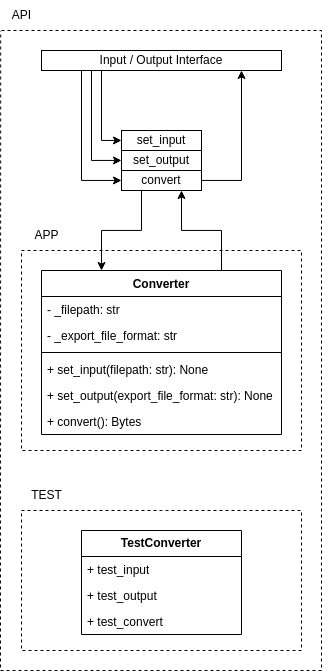
This is _readme/Diagram-API_TEST.drawio.png from ames0k0/TP--Audio-File-Converter, a draw.io export, as it was before one commit. Source tidied: cells renumbered, new cells last; positions are measured from the earlier drawing's top-left corner, leaving out a move shared by most shapes.
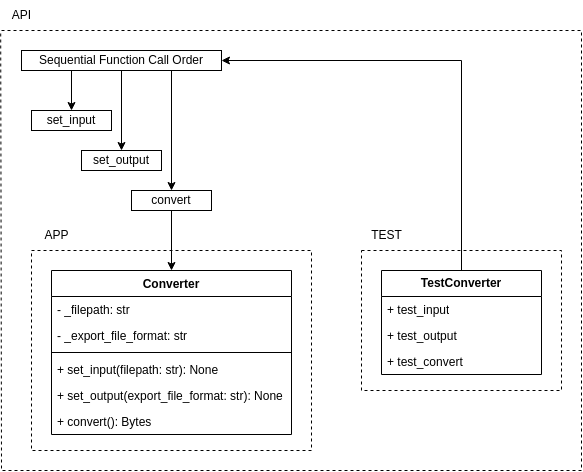
The same file after the commit.

Change to the diagram source:
```diff
@@ -4,77 +4,57 @@
     <mxCell id="1" parent="0" />
     <mxCell id="2" style="endArrow=none;dashed=1;html=1;rounded=0;entryX=-0.02;entryY=1.013;entryDx=0;entryDy=0;entryPerimeter=0;" parent="1" edge="1" target="3">
       <mxGeometry relative="1" as="geometry">
-        <mxPoint x="1" y="30" as="sourcePoint" />
+        <mxPoint x="-119" y="30" as="sourcePoint" />
         <Array as="points">
-          <mxPoint x="321" y="30" />
-          <mxPoint x="321" y="670" />
-          <mxPoint y="670" />
+          <mxPoint x="461" y="30" />
+          <mxPoint x="461" y="350" />
+          <mxPoint x="461" y="470" />
+          <mxPoint x="161" y="470" />
+          <mxPoint x="-119" y="470" />
         </Array>
       </mxGeometry>
     </mxCell>
     <mxCell id="3" value="API" style="text;html=1;align=center;verticalAlign=middle;points=[];strokeColor=none;fillColor=none;" parent="1" vertex="1">
-      <mxGeometry x="1" width="40" height="30" as="geometry" />
+      <mxGeometry x="-119" width="40" height="30" as="geometry" />
     </mxCell>
-    <mxCell id="4" style="edgeStyle=orthogonalEdgeStyle;rounded=0;jettySize=auto;html=1;exitX=0.25;exitY=1;exitDx=0;exitDy=0;entryX=0.25;entryY=0;entryDx=0;entryDy=0;" parent="1" edge="1" source="6" target="15">
+    <mxCell id="4" style="edgeStyle=orthogonalEdgeStyle;rounded=0;jettySize=auto;html=1;" parent="1" edge="1" source="6" target="15">
       <mxGeometry relative="1" as="geometry" />
     </mxCell>
-    <mxCell id="5" style="edgeStyle=orthogonalEdgeStyle;rounded=0;jettySize=auto;html=1;" parent="1" edge="1" source="6" target="10">
-      <mxGeometry relative="1" as="geometry">
-        <Array as="points">
-          <mxPoint x="241" y="180" />
-        </Array>
-      </mxGeometry>
-    </mxCell>
     <mxCell id="6" value="convert" style="whiteSpace=wrap;html=1;" parent="1" vertex="1">
-      <mxGeometry x="121" y="170" width="80" height="20" as="geometry" />
+      <mxGeometry x="11" y="190" width="80" height="20" as="geometry" />
     </mxCell>
-    <mxCell id="7" style="edgeStyle=orthogonalEdgeStyle;rounded=0;jettySize=auto;html=1;" parent="1" edge="1" source="10" target="11">
-      <mxGeometry relative="1" as="geometry">
-        <Array as="points">
-          <mxPoint x="101" y="140" />
-        </Array>
-      </mxGeometry>
+    <mxCell id="7" style="edgeStyle=orthogonalEdgeStyle;rounded=0;jettySize=auto;html=1;exitX=0.25;exitY=1;exitDx=0;exitDy=0;" parent="1" edge="1" source="10" target="11">
+      <mxGeometry relative="1" as="geometry" />
     </mxCell>
-    <mxCell id="8" style="edgeStyle=orthogonalEdgeStyle;rounded=0;jettySize=auto;html=1;" parent="1" edge="1" source="10" target="22">
-      <mxGeometry relative="1" as="geometry">
-        <Array as="points">
-          <mxPoint x="91" y="160" />
-        </Array>
-      </mxGeometry>
+    <mxCell id="8" style="edgeStyle=orthogonalEdgeStyle;rounded=0;jettySize=auto;html=1;entryX=0.5;entryY=0;entryDx=0;entryDy=0;" parent="1" edge="1" source="10" target="22">
+      <mxGeometry relative="1" as="geometry" />
     </mxCell>
-    <mxCell id="9" style="edgeStyle=orthogonalEdgeStyle;rounded=0;jettySize=auto;html=1;" parent="1" edge="1" source="10" target="6">
-      <mxGeometry relative="1" as="geometry">
-        <Array as="points">
-          <mxPoint x="81" y="180" />
-        </Array>
-      </mxGeometry>
+    <mxCell id="9" style="edgeStyle=orthogonalEdgeStyle;rounded=0;jettySize=auto;html=1;exitX=0.75;exitY=1;exitDx=0;exitDy=0;entryX=0.5;entryY=0;entryDx=0;entryDy=0;" parent="1" edge="1" source="10" target="6">
+      <mxGeometry relative="1" as="geometry" />
     </mxCell>
-    <mxCell id="10" value="Input / Output&amp;nbsp;&lt;span style=&quot;background-color: transparent; color: light-dark(rgb(0, 0, 0), rgb(255, 255, 255));&quot;&gt;Interface&lt;/span&gt;" style="whiteSpace=wrap;html=1;" parent="1" vertex="1">
-      <mxGeometry x="41" y="50" width="240" height="20" as="geometry" />
+    <mxCell id="10" value="Sequential Function Call Order" style="whiteSpace=wrap;html=1;" parent="1" vertex="1">
+      <mxGeometry x="-99" y="50" width="200" height="20" as="geometry" />
     </mxCell>
     <mxCell id="11" value="set_input" style="whiteSpace=wrap;html=1;" parent="1" vertex="1">
-      <mxGeometry x="121" y="130" width="80" height="20" as="geometry" />
+      <mxGeometry x="-89" y="110" width="80" height="20" as="geometry" />
     </mxCell>
     <mxCell id="12" style="endArrow=none;dashed=1;html=1;rounded=0;" parent="1" edge="1">
       <mxGeometry relative="1" as="geometry">
-        <mxPoint x="21" y="250" as="sourcePoint" />
-        <mxPoint x="21" y="250" as="targetPoint" />
+        <mxPoint x="-89" y="250" as="sourcePoint" />
+        <mxPoint x="-89" y="250" as="targetPoint" />
         <Array as="points">
-          <mxPoint x="161" y="250" />
-          <mxPoint x="301" y="250" />
-          <mxPoint x="301" y="450" />
-          <mxPoint x="21" y="450" />
+          <mxPoint x="51" y="250" />
+          <mxPoint x="191" y="250" />
+          <mxPoint x="191" y="450" />
+          <mxPoint x="-89" y="450" />
         </Array>
       </mxGeometry>
     </mxCell>
     <mxCell id="13" value="APP" style="text;html=1;align=center;verticalAlign=middle;strokeColor=none;fillColor=none;" parent="1" vertex="1">
-      <mxGeometry x="21" y="220" width="50" height="30" as="geometry" />
+      <mxGeometry x="-89" y="220" width="50" height="30" as="geometry" />
     </mxCell>
-    <mxCell id="14" style="edgeStyle=orthogonalEdgeStyle;rounded=0;jettySize=auto;html=1;exitX=0.75;exitY=0;exitDx=0;exitDy=0;entryX=0.75;entryY=1;entryDx=0;entryDy=0;" parent="1" edge="1" source="15" target="6">
-      <mxGeometry relative="1" as="geometry" />
-    </mxCell>
     <mxCell id="15" value="Converter" style="swimlane;fontStyle=1;align=center;verticalAlign=top;horizontal=1;startSize=26;whiteSpace=wrap;html=1;" parent="1" vertex="1">
-      <mxGeometry x="41" y="270" width="240" height="164" as="geometry" />
+      <mxGeometry x="-69" y="270" width="240" height="164" as="geometry" />
     </mxCell>
     <mxCell id="16" value="- _filepath: str" style="text;strokeColor=none;fillColor=none;align=left;verticalAlign=top;spacingLeft=4;spacingRight=4;overflow=hidden;whiteSpace=wrap;html=1;" parent="15" vertex="1">
       <mxGeometry y="26" width="240" height="26" as="geometry" />
@@ -95,22 +75,29 @@
       <mxGeometry y="138" width="240" height="26" as="geometry" />
     </mxCell>
     <mxCell id="22" value="set_output" style="whiteSpace=wrap;html=1;" parent="1" vertex="1">
-      <mxGeometry x="121" y="150" width="80" height="20" as="geometry" />
+      <mxGeometry x="-39" y="150" width="80" height="20" as="geometry" />
     </mxCell>
     <mxCell id="23" style="endArrow=none;dashed=1;html=1;rounded=0;" parent="1" edge="1">
       <mxGeometry relative="1" as="geometry">
-        <mxPoint x="21" y="510" as="sourcePoint" />
-        <mxPoint x="21" y="510" as="targetPoint" />
+        <mxPoint x="241" y="250" as="sourcePoint" />
+        <mxPoint x="241" y="250" as="targetPoint" />
         <Array as="points">
-          <mxPoint x="161" y="510" />
-          <mxPoint x="301" y="510" />
-          <mxPoint x="301" y="650" />
-          <mxPoint x="21" y="650" />
+          <mxPoint x="341" y="250" />
+          <mxPoint x="441" y="250" />
+          <mxPoint x="441" y="390" />
+          <mxPoint x="241" y="390" />
         </Array>
       </mxGeometry>
     </mxCell>
+    <mxCell id="29" style="edgeStyle=orthogonalEdgeStyle;rounded=0;jettySize=auto;html=1;" parent="1" edge="1" source="24" target="10">
+      <mxGeometry relative="1" as="geometry">
+        <Array as="points">
+          <mxPoint x="341" y="60" />
+        </Array>
+      </mxGeometry>
+    </mxCell>
     <mxCell id="24" value="&lt;b&gt;TestConverter&lt;/b&gt;" style="swimlane;fontStyle=0;horizontal=1;startSize=26;fillColor=none;whiteSpace=wrap;html=1;" parent="1" vertex="1">
-      <mxGeometry x="81" y="530" width="160" height="104" as="geometry" />
+      <mxGeometry x="261" y="270" width="160" height="104" as="geometry" />
     </mxCell>
     <mxCell id="25" value="+ test_input" style="text;strokeColor=none;fillColor=none;align=left;verticalAlign=top;spacingLeft=4;spacingRight=4;overflow=hidden;whiteSpace=wrap;html=1;" parent="24" vertex="1">
       <mxGeometry y="26" width="160" height="26" as="geometry" />
@@ -122,7 +109,7 @@
       <mxGeometry y="78" width="160" height="26" as="geometry" />
     </mxCell>
     <mxCell id="28" value="TEST" style="text;html=1;align=center;verticalAlign=middle;strokeColor=none;fillColor=none;" parent="1" vertex="1">
-      <mxGeometry x="21" y="480" width="50" height="30" as="geometry" />
+      <mxGeometry x="241" y="220" width="50" height="30" as="geometry" />
     </mxCell>
   </root>
 </mxGraphModel>
```
